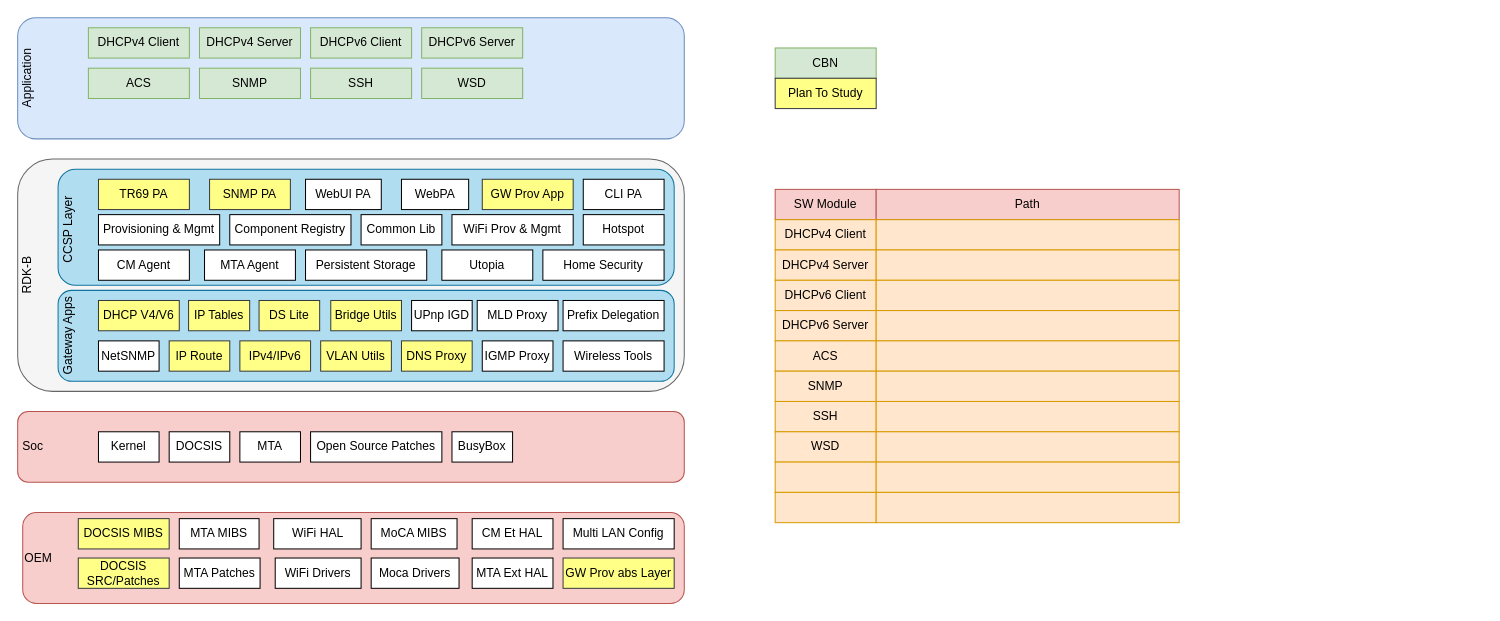
Earlier version of the draw.io diagram page "Architecture" (3 of 4) of Puma7.drawio (nelsonchung/drawio). Source tidied: cells renumbered, new cells numbered last; positions are measured from the earlier drawing's top-left corner, leaving out a move shared by most shapes. Both pictures are drawn from the tidied source at 101%, with x=0, y=0 at pixel (-3, 17).
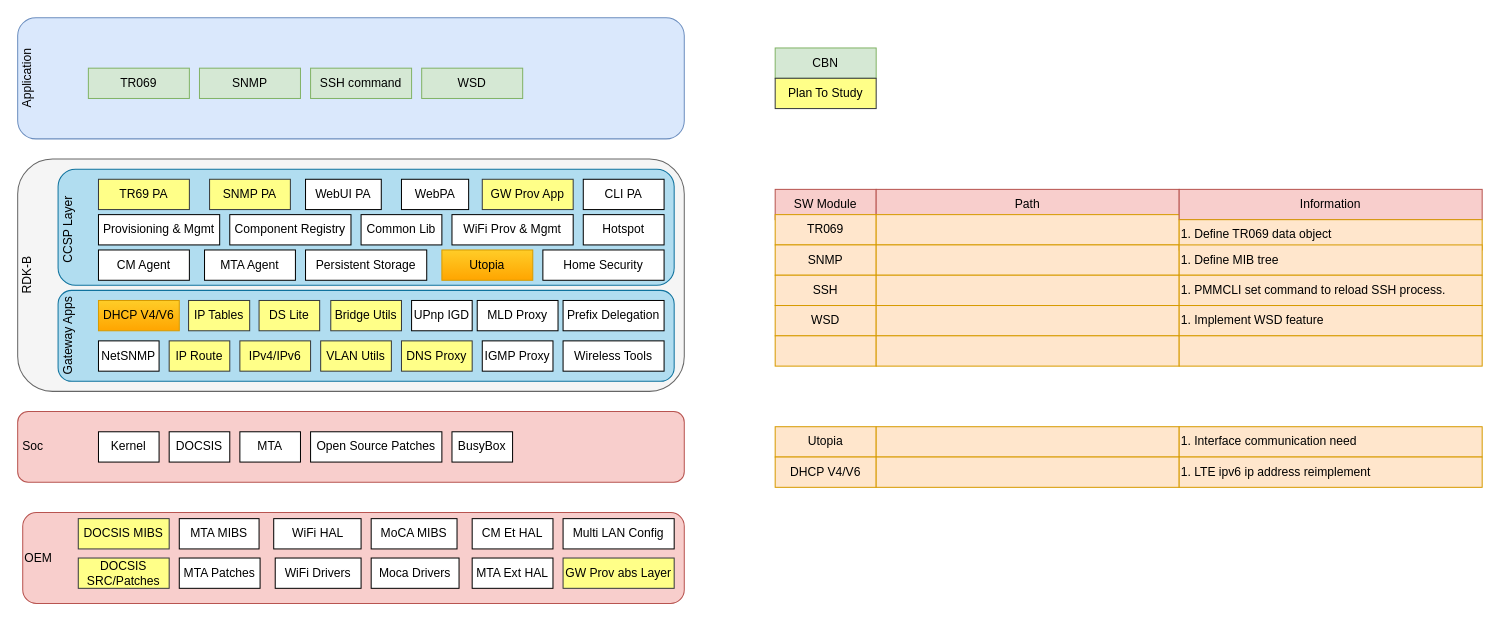
The same page after the edit.

Diff of the diagram source:
```diff
@@
-    <mxCell id="6" value="DHCPv4 Client" style="rounded=0;whiteSpace=wrap;html=1;fillColor=#d5e8d4;strokeColor=#82b366;" parent="1" vertex="1">
-      <mxGeometry x="90" y="10" width="100" height="30" as="geometry" />
-    </mxCell>
-    <mxCell id="7" value="DHCPv6 Client" style="rounded=0;whiteSpace=wrap;html=1;fillColor=#d5e8d4;strokeColor=#82b366;" parent="1" vertex="1">
-      <mxGeometry x="310" y="10" width="100" height="30" as="geometry" />
-    </mxCell>
-    <mxCell id="8" value="ACS" style="rounded=0;whiteSpace=wrap;html=1;fillColor=#d5e8d4;strokeColor=#82b366;" parent="1" vertex="1">
+    <mxCell id="8" value="TR069" style="rounded=0;whiteSpace=wrap;html=1;fillColor=#d5e8d4;strokeColor=#82b366;" parent="1" vertex="1">
       <mxGeometry x="90" y="50" width="100" height="30" as="geometry" />
     </mxCell>
-    <mxCell id="9" value="DHCPv4 Server" style="rounded=0;whiteSpace=wrap;html=1;fillColor=#d5e8d4;strokeColor=#82b366;" parent="1" vertex="1">
-      <mxGeometry x="200" y="10" width="100" height="30" as="geometry" />
-    </mxCell>
-    <mxCell id="10" value="DHCPv6 Server" style="rounded=0;whiteSpace=wrap;html=1;fillColor=#d5e8d4;strokeColor=#82b366;" parent="1" vertex="1">
-      <mxGeometry x="420" y="10" width="100" height="30" as="geometry" />
-    </mxCell>
@@
-    <mxCell id="12" value="SSH" style="rounded=0;whiteSpace=wrap;html=1;fillColor=#d5e8d4;strokeColor=#82b366;" parent="1" vertex="1">
+    <mxCell id="12" value="SSH command" style="rounded=0;whiteSpace=wrap;html=1;fillColor=#d5e8d4;strokeColor=#82b366;" parent="1" vertex="1">
       <mxGeometry x="310" y="50" width="100" height="30" as="geometry" />
     </mxCell>
@@
-    <mxCell id="62" value="Utopia" style="rounded=0;whiteSpace=wrap;html=1;" parent="1" vertex="1">
+    <mxCell id="62" value="Utopia" style="rounded=0;whiteSpace=wrap;html=1;fillColor=#ffcd28;strokeColor=#d79b00;gradientColor=#ffa500;" parent="1" vertex="1">
       <mxGeometry x="440" y="230" width="90" height="30" as="geometry" />
     </mxCell>
@@
-    <mxCell id="64" value="DHCP V4/V6" style="rounded=0;whiteSpace=wrap;html=1;fillColor=#ffff88;strokeColor=#36393d;" parent="1" vertex="1">
+    <mxCell id="64" value="DHCP V4/V6" style="rounded=0;whiteSpace=wrap;html=1;fillColor=#ffcd28;strokeColor=#d79b00;gradientColor=#ffa500;" parent="1" vertex="1">
       <mxGeometry x="100" y="280" width="80" height="30" as="geometry" />
     </mxCell>
@@
-    <mxCell id="73" value="DHCPv4 Client" style="rounded=0;whiteSpace=wrap;html=1;fillColor=#ffe6cc;strokeColor=#d79b00;" parent="1" vertex="1">
-      <mxGeometry x="770" y="200" width="100" height="30" as="geometry" />
-    </mxCell>
-    <mxCell id="74" style="rounded=0;whiteSpace=wrap;html=1;fillColor=#ffe6cc;strokeColor=#d79b00;" parent="1" vertex="1">
-      <mxGeometry x="870" y="200" width="300" height="30" as="geometry" />
-    </mxCell>
-    <mxCell id="75" value="DHCPv4 Server" style="rounded=0;whiteSpace=wrap;html=1;fillColor=#ffe6cc;strokeColor=#d79b00;" parent="1" vertex="1">
-      <mxGeometry x="770" y="230" width="100" height="30" as="geometry" />
-    </mxCell>
-    <mxCell id="76" style="rounded=0;whiteSpace=wrap;html=1;fillColor=#ffe6cc;strokeColor=#d79b00;" parent="1" vertex="1">
-      <mxGeometry x="870" y="230" width="300" height="30" as="geometry" />
-    </mxCell>
-    <mxCell id="77" value="DHCPv6 Client" style="rounded=0;whiteSpace=wrap;html=1;fillColor=#ffe6cc;strokeColor=#d79b00;" parent="1" vertex="1">
-      <mxGeometry x="770" y="260" width="100" height="30" as="geometry" />
-    </mxCell>
-    <mxCell id="78" style="rounded=0;whiteSpace=wrap;html=1;fillColor=#ffe6cc;strokeColor=#d79b00;" parent="1" vertex="1">
-      <mxGeometry x="870" y="260" width="300" height="30" as="geometry" />
-    </mxCell>
-    <mxCell id="79" value="DHCPv6 Server" style="rounded=0;whiteSpace=wrap;html=1;fillColor=#ffe6cc;strokeColor=#d79b00;" parent="1" vertex="1">
-      <mxGeometry x="770" y="290" width="100" height="30" as="geometry" />
-    </mxCell>
-    <mxCell id="80" style="rounded=0;whiteSpace=wrap;html=1;fillColor=#ffe6cc;strokeColor=#d79b00;" parent="1" vertex="1">
-      <mxGeometry x="870" y="290" width="300" height="30" as="geometry" />
-    </mxCell>
-    <mxCell id="81" value="ACS" style="rounded=0;whiteSpace=wrap;html=1;fillColor=#ffe6cc;strokeColor=#d79b00;" parent="1" vertex="1">
-      <mxGeometry x="770" y="320" width="100" height="30" as="geometry" />
+    <mxCell id="81" value="TR069" style="rounded=0;whiteSpace=wrap;html=1;fillColor=#ffe6cc;strokeColor=#d79b00;" parent="1" vertex="1">
+      <mxGeometry x="770" y="195" width="100" height="30" as="geometry" />
     </mxCell>
     <mxCell id="82" style="rounded=0;whiteSpace=wrap;html=1;fillColor=#ffe6cc;strokeColor=#d79b00;" parent="1" vertex="1">
-      <mxGeometry x="870" y="320" width="300" height="30" as="geometry" />
+      <mxGeometry x="870" y="195" width="300" height="30" as="geometry" />
     </mxCell>
     <mxCell id="83" value="SNMP" style="rounded=0;whiteSpace=wrap;html=1;fillColor=#ffe6cc;strokeColor=#d79b00;" parent="1" vertex="1">
-      <mxGeometry x="770" y="350" width="100" height="30" as="geometry" />
+      <mxGeometry x="770" y="225" width="100" height="30" as="geometry" />
     </mxCell>
     <mxCell id="84" style="rounded=0;whiteSpace=wrap;html=1;fillColor=#ffe6cc;strokeColor=#d79b00;" parent="1" vertex="1">
-      <mxGeometry x="870" y="350" width="300" height="30" as="geometry" />
+      <mxGeometry x="870" y="225" width="300" height="30" as="geometry" />
     </mxCell>
     <mxCell id="85" value="SSH" style="rounded=0;whiteSpace=wrap;html=1;fillColor=#ffe6cc;strokeColor=#d79b00;" parent="1" vertex="1">
-      <mxGeometry x="770" y="380" width="100" height="30" as="geometry" />
+      <mxGeometry x="770" y="255" width="100" height="30" as="geometry" />
     </mxCell>
     <mxCell id="86" style="rounded=0;whiteSpace=wrap;html=1;fillColor=#ffe6cc;strokeColor=#d79b00;" parent="1" vertex="1">
-      <mxGeometry x="870" y="380" width="300" height="30" as="geometry" />
+      <mxGeometry x="870" y="255" width="300" height="30" as="geometry" />
     </mxCell>
     <mxCell id="87" value="WSD" style="rounded=0;whiteSpace=wrap;html=1;fillColor=#ffe6cc;strokeColor=#d79b00;" parent="1" vertex="1">
-      <mxGeometry x="770" y="410" width="100" height="30" as="geometry" />
+      <mxGeometry x="770" y="285" width="100" height="30" as="geometry" />
     </mxCell>
     <mxCell id="88" style="rounded=0;whiteSpace=wrap;html=1;fillColor=#ffe6cc;strokeColor=#d79b00;" parent="1" vertex="1">
-      <mxGeometry x="870" y="410" width="300" height="30" as="geometry" />
+      <mxGeometry x="870" y="285" width="300" height="30" as="geometry" />
     </mxCell>
     <mxCell id="89" style="rounded=0;whiteSpace=wrap;html=1;fillColor=#ffe6cc;strokeColor=#d79b00;" parent="1" vertex="1">
-      <mxGeometry x="770" y="440" width="100" height="30" as="geometry" />
+      <mxGeometry x="770" y="315" width="100" height="30" as="geometry" />
     </mxCell>
     <mxCell id="90" style="rounded=0;whiteSpace=wrap;html=1;fillColor=#ffe6cc;strokeColor=#d79b00;" parent="1" vertex="1">
-      <mxGeometry x="870" y="440" width="300" height="30" as="geometry" />
+      <mxGeometry x="870" y="315" width="300" height="30" as="geometry" />
     </mxCell>
-    <mxCell id="91" style="rounded=0;whiteSpace=wrap;html=1;fillColor=#ffe6cc;strokeColor=#d79b00;" parent="1" vertex="1">
-      <mxGeometry x="770" y="470" width="100" height="30" as="geometry" />
+    <mxCell id="91" value="Utopia" style="rounded=0;whiteSpace=wrap;html=1;fillColor=#ffe6cc;strokeColor=#d79b00;" parent="1" vertex="1">
+      <mxGeometry x="770" y="405" width="100" height="30" as="geometry" />
     </mxCell>
     <mxCell id="92" style="rounded=0;whiteSpace=wrap;html=1;fillColor=#ffe6cc;strokeColor=#d79b00;" parent="1" vertex="1">
-      <mxGeometry x="870" y="470" width="300" height="30" as="geometry" />
+      <mxGeometry x="870" y="405" width="300" height="30" as="geometry" />
     </mxCell>
+    <mxCell id="93" value="Information" style="rounded=0;whiteSpace=wrap;html=1;fillColor=#f8cecc;strokeColor=#b85450;" parent="1" vertex="1">
+      <mxGeometry x="1170" y="170" width="300" height="30" as="geometry" />
+    </mxCell>
+    <mxCell id="94" value="1. Define TR069 data object" style="rounded=0;whiteSpace=wrap;html=1;fillColor=#ffe6cc;strokeColor=#d79b00;align=left;" parent="1" vertex="1">
+      <mxGeometry x="1170" y="200" width="300" height="30" as="geometry" />
+    </mxCell>
+    <mxCell id="95" value="1. Define MIB tree" style="rounded=0;whiteSpace=wrap;html=1;fillColor=#ffe6cc;strokeColor=#d79b00;align=left;" parent="1" vertex="1">
+      <mxGeometry x="1170" y="225" width="300" height="30" as="geometry" />
+    </mxCell>
+    <mxCell id="96" value="1. PMMCLI set command to reload SSH process." style="rounded=0;whiteSpace=wrap;html=1;fillColor=#ffe6cc;strokeColor=#d79b00;align=left;" parent="1" vertex="1">
+      <mxGeometry x="1170" y="255" width="300" height="30" as="geometry" />
+    </mxCell>
+    <mxCell id="97" value="1. Implement WSD feature" style="rounded=0;whiteSpace=wrap;html=1;fillColor=#ffe6cc;strokeColor=#d79b00;align=left;" parent="1" vertex="1">
+      <mxGeometry x="1170" y="285" width="300" height="30" as="geometry" />
+    </mxCell>
+    <mxCell id="98" style="rounded=0;whiteSpace=wrap;html=1;fillColor=#ffe6cc;strokeColor=#d79b00;" parent="1" vertex="1">
+      <mxGeometry x="1170" y="315" width="300" height="30" as="geometry" />
+    </mxCell>
+    <mxCell id="99" value="1. Interface communication need" style="rounded=0;whiteSpace=wrap;html=1;fillColor=#ffe6cc;strokeColor=#d79b00;align=left;" parent="1" vertex="1">
+      <mxGeometry x="1170" y="405" width="300" height="30" as="geometry" />
+    </mxCell>
+    <mxCell id="100" value="DHCP V4/V6" style="rounded=0;whiteSpace=wrap;html=1;fillColor=#ffe6cc;strokeColor=#d79b00;" parent="1" vertex="1">
+      <mxGeometry x="770" y="435" width="100" height="30" as="geometry" />
+    </mxCell>
+    <mxCell id="101" style="rounded=0;whiteSpace=wrap;html=1;fillColor=#ffe6cc;strokeColor=#d79b00;" parent="1" vertex="1">
+      <mxGeometry x="870" y="435" width="300" height="30" as="geometry" />
+    </mxCell>
+    <mxCell id="102" value="1. LTE ipv6 ip address reimplement" style="rounded=0;whiteSpace=wrap;html=1;fillColor=#ffe6cc;strokeColor=#d79b00;align=left;" parent="1" vertex="1">
+      <mxGeometry x="1170" y="435" width="300" height="30" as="geometry" />
+    </mxCell>
```
